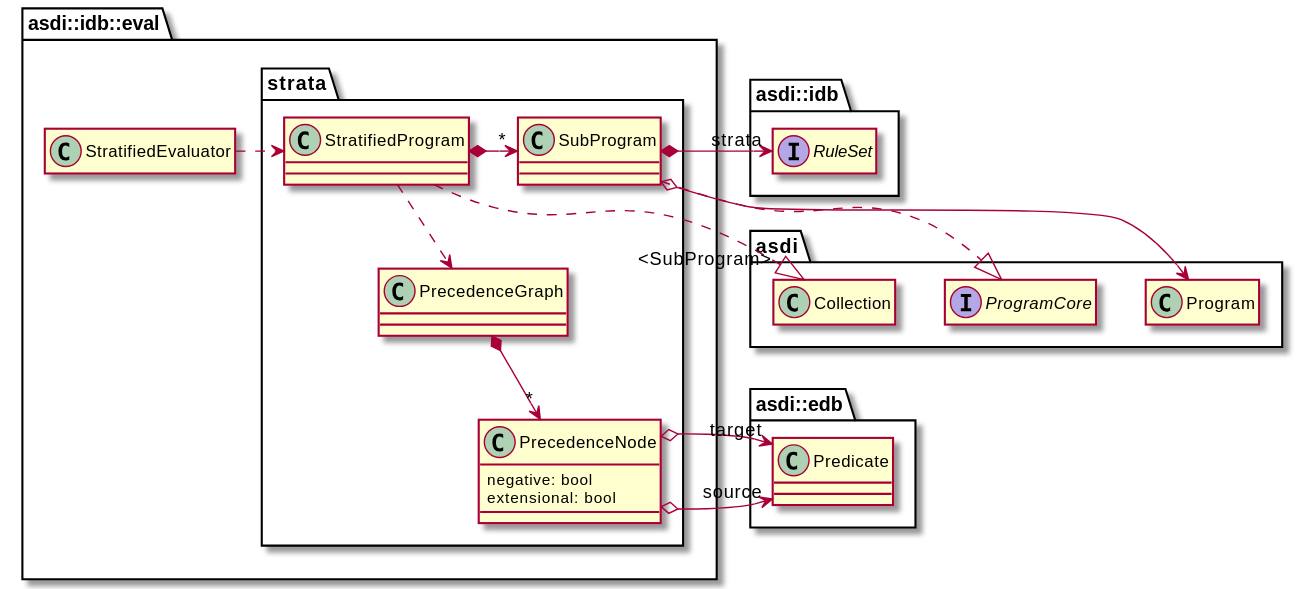
Before: book/src/model/idb_eval_strata.svg, a diagram exported from PlantUML (johnstonskj/rust-asdi).
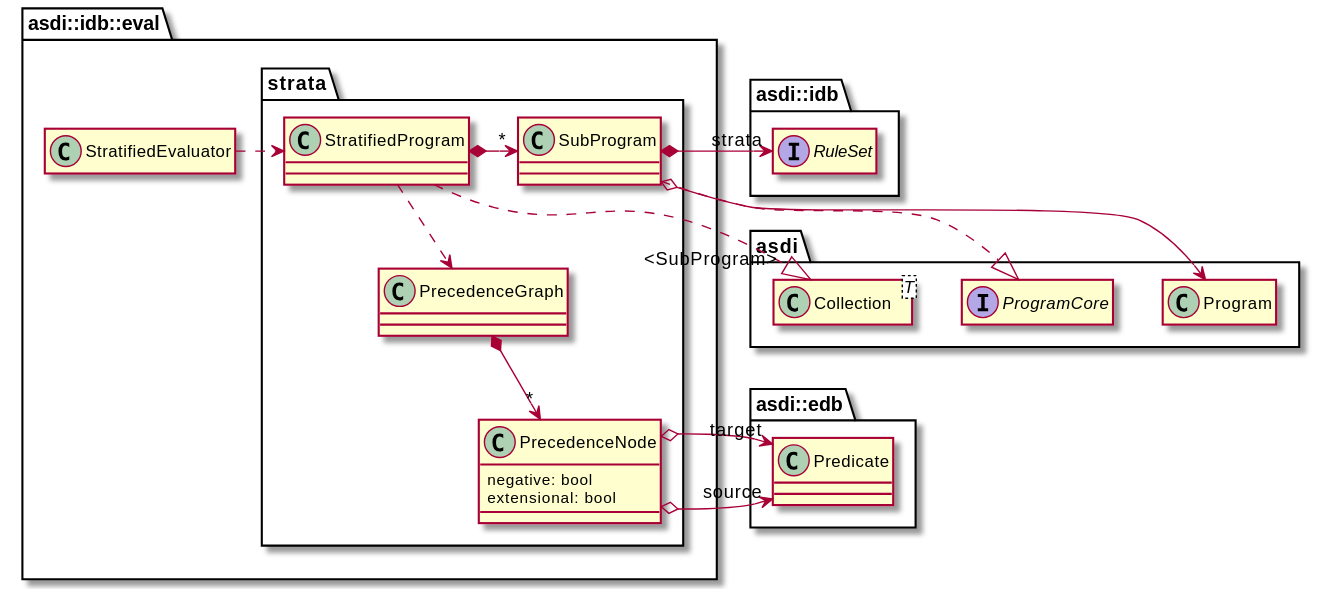
Later version of the same file.

Change to the diagram source:
```diff
@@ -2,7 +2,7 @@
 
 !include options.plantuml
 
-class asdi::Collection
+class asdi::Collection<T>
 hide "asdi::Collection" members
 
 class asdi::Program
```
